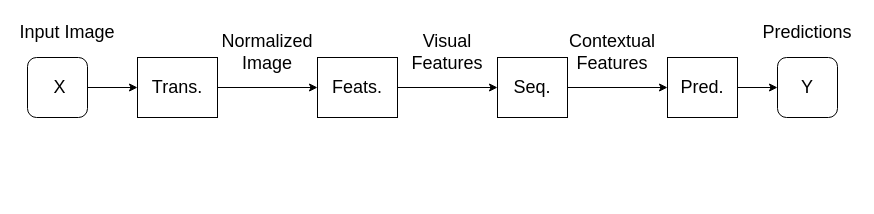
Above: thesis_framwork.drawio in Dong-J93/_pictures (draw.io), before the change. Source tidied: cells renumbered, new cells numbered last; positions are measured from the earlier drawing's top-left corner, leaving out a move shared by most shapes. Both pictures are drawn from the tidied source at 100%, with x=0, y=0 at pixel (17, 17).
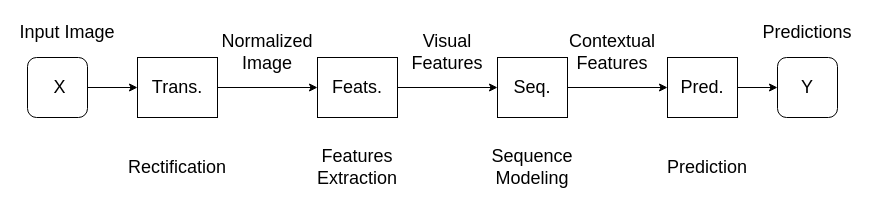
After the change.

Change to the diagram source:
```diff
@@
+    <mxCell id="18" value="&lt;font style=&quot;font-size: 18px;&quot;&gt;Rectification&lt;/font&gt;" style="text;html=1;strokeColor=none;fillColor=none;align=center;verticalAlign=middle;whiteSpace=wrap;rounded=0;" parent="1" vertex="1">
+      <mxGeometry x="100" y="120" width="120" height="60" as="geometry" />
+    </mxCell>
+    <mxCell id="19" value="&lt;font style=&quot;font-size: 18px;&quot;&gt;Features&lt;br&gt;Extraction&lt;br&gt;&lt;/font&gt;" style="text;html=1;strokeColor=none;fillColor=none;align=center;verticalAlign=middle;whiteSpace=wrap;rounded=0;" parent="1" vertex="1">
+      <mxGeometry x="280" y="120" width="120" height="60" as="geometry" />
+    </mxCell>
+    <mxCell id="20" value="&lt;font style=&quot;font-size: 18px;&quot;&gt;Sequence&lt;br&gt;Modeling&lt;br&gt;&lt;/font&gt;" style="text;html=1;strokeColor=none;fillColor=none;align=center;verticalAlign=middle;whiteSpace=wrap;rounded=0;" parent="1" vertex="1">
+      <mxGeometry x="455" y="120" width="120" height="60" as="geometry" />
+    </mxCell>
+    <mxCell id="21" value="&lt;font style=&quot;font-size: 18px;&quot;&gt;Prediction&lt;br&gt;&lt;/font&gt;" style="text;html=1;strokeColor=none;fillColor=none;align=center;verticalAlign=middle;whiteSpace=wrap;rounded=0;" parent="1" vertex="1">
+      <mxGeometry x="630" y="120" width="120" height="60" as="geometry" />
+    </mxCell>
```
